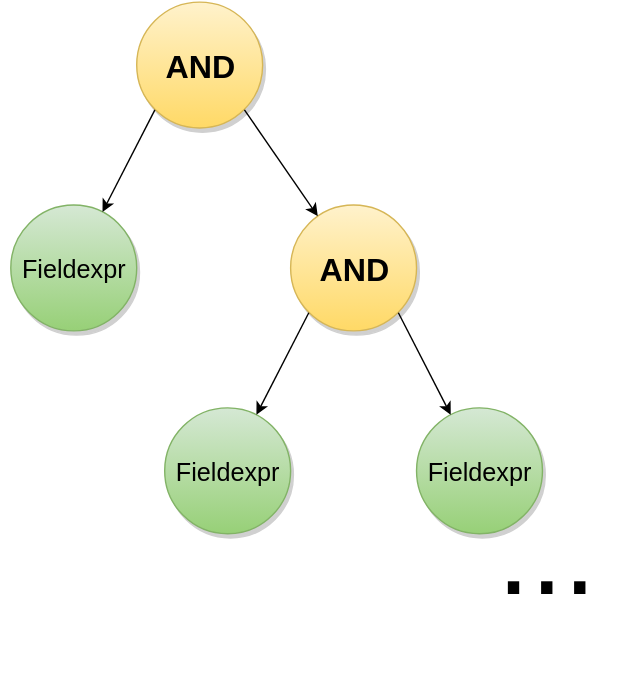
zubchick/python-party-2015 keeps this draw.io diagram as pictures/ast1.svg. Above is the earlier version. Source tidied: cells renumbered, new cells last; positions are measured from the earlier drawing's top-left corner, leaving out a move shared by most shapes.
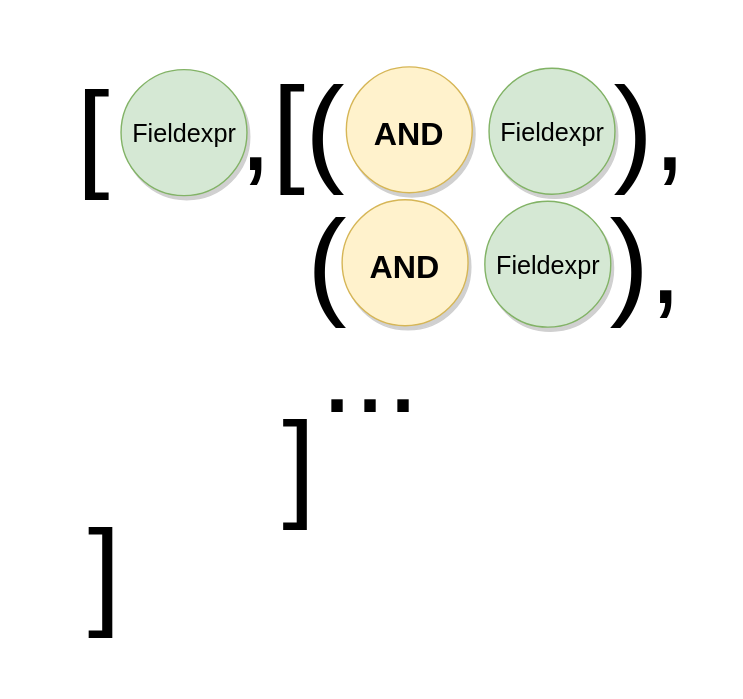
After the commit.

Diff of the diagram source:
```diff
@@ -2,56 +2,68 @@
   <root>
     <mxCell id="0" />
     <mxCell id="1" parent="0" />
-    <mxCell id="2" style="group;" parent="1" vertex="1">
-      <mxGeometry width="454" height="483" as="geometry" />
-    </mxCell>
-    <mxCell id="3" style="group;" parent="2" vertex="1">
-      <mxGeometry width="392" height="380" as="geometry" />
-    </mxCell>
-    <mxCell id="4" style="ellipse;whiteSpace=wrap;html=1;yellow;" parent="3" vertex="1">
-      <mxGeometry x="96" width="90" height="90" as="geometry" />
-    </mxCell>
-    <mxCell id="5" style="ellipse;whiteSpace=wrap;html=1;green;" parent="3" vertex="1">
-      <mxGeometry x="6" y="145" width="90" height="90" as="geometry" />
-    </mxCell>
-    <mxCell id="6" style="rounded=0;html=1;exitX=0;exitY=1;" parent="3" edge="1" source="4" target="5">
-      <mxGeometry relative="1" as="geometry" />
-    </mxCell>
-    <mxCell id="7" style="ellipse;whiteSpace=wrap;html=1;yellow;" parent="3" vertex="1">
-      <mxGeometry x="206" y="145" width="90" height="90" as="geometry" />
-    </mxCell>
-    <mxCell id="8" style="ellipse;whiteSpace=wrap;html=1;green;" parent="3" vertex="1">
-      <mxGeometry x="116" y="290" width="90" height="90" as="geometry" />
-    </mxCell>
-    <mxCell id="9" style="ellipse;whiteSpace=wrap;html=1;green;" parent="3" vertex="1">
-      <mxGeometry x="296" y="290" width="90" height="90" as="geometry" />
-    </mxCell>
-    <mxCell id="10" style="rounded=0;html=1;exitX=0;exitY=1;" parent="3" edge="1" source="7" target="8">
-      <mxGeometry x="181.5" y="222" as="geometry" />
-    </mxCell>
-    <mxCell id="11" style="edgeStyle=none;rounded=0;html=1;exitX=1;exitY=1;" parent="3" edge="1" source="7" target="9">
-      <mxGeometry x="283" y="222" as="geometry" />
-    </mxCell>
-    <mxCell id="12" value="&lt;b&gt;&lt;font style=&quot;font-size: 23px&quot;&gt;AND&lt;/font&gt;&lt;/b&gt;" style="text;html=1;strokeColor=none;fillColor=none;align=center;verticalAlign=middle;whiteSpace=wrap;overflow=hidden;" parent="3" vertex="1">
-      <mxGeometry x="109" y="25" width="65" height="40" as="geometry" />
-    </mxCell>
-    <mxCell id="13" style="edgeStyle=none;rounded=0;html=1;exitX=1;exitY=1;" parent="3" edge="1" source="4" target="7">
-      <mxGeometry relative="1" as="geometry" />
-    </mxCell>
-    <mxCell id="14" value="&lt;font style=&quot;font-size: 18px&quot;&gt;Fieldexpr&lt;/font&gt;" style="text;html=1;strokeColor=none;fillColor=none;align=center;verticalAlign=middle;whiteSpace=wrap;overflow=hidden;" parent="3" vertex="1">
-      <mxGeometry y="173" width="102" height="35" as="geometry" />
-    </mxCell>
-    <mxCell id="15" value="&lt;b&gt;&lt;font style=&quot;font-size: 23px&quot;&gt;AND&lt;/font&gt;&lt;/b&gt;" style="text;html=1;strokeColor=none;fillColor=none;align=center;verticalAlign=middle;whiteSpace=wrap;overflow=hidden;" parent="3" vertex="1">
-      <mxGeometry x="219" y="170" width="65" height="40" as="geometry" />
-    </mxCell>
-    <mxCell id="16" value="&lt;font style=&quot;font-size: 18px&quot;&gt;Fieldexpr&lt;/font&gt;" style="text;html=1;strokeColor=none;fillColor=none;align=center;verticalAlign=middle;whiteSpace=wrap;overflow=hidden;" parent="3" vertex="1">
-      <mxGeometry x="110" y="318" width="102" height="35" as="geometry" />
-    </mxCell>
-    <mxCell id="17" value="&lt;font style=&quot;font-size: 18px&quot;&gt;Fieldexpr&lt;/font&gt;" style="text;html=1;strokeColor=none;fillColor=none;align=center;verticalAlign=middle;whiteSpace=wrap;overflow=hidden;" parent="3" vertex="1">
-      <mxGeometry x="290" y="318" width="102" height="35" as="geometry" />
-    </mxCell>
+    <mxCell id="19" style="group;" parent="1" vertex="1">
+      <mxGeometry x="-226" y="456" width="528" height="496" as="geometry" />
+    </mxCell>
+    <mxCell id="20" value="&lt;font style=&quot;font-size: 85px&quot;&gt;),&lt;/font&gt;" style="text;html=1;strokeColor=none;fillColor=none;align=center;verticalAlign=middle;whiteSpace=wrap;overflow=hidden;" parent="19" vertex="1">
+      <mxGeometry x="398" width="130" height="180" as="geometry" />
+    </mxCell>
+    <mxCell id="21" style="group;" parent="19" vertex="1">
+      <mxGeometry width="525" height="496" as="geometry" />
+    </mxCell>
+    <mxCell id="22" value="&lt;font style=&quot;font-size: 85px&quot;&gt;[&lt;/font&gt;" style="text;html=1;strokeColor=none;fillColor=none;align=center;verticalAlign=middle;whiteSpace=wrap;overflow=hidden;" parent="21" vertex="1">
+      <mxGeometry y="3" width="130" height="180" as="geometry" />
+    </mxCell>
+    <mxCell id="23" value="&lt;font style=&quot;font-size: 85px&quot;&gt;,[(&lt;/font&gt;" style="text;html=1;strokeColor=none;fillColor=none;align=center;verticalAlign=middle;whiteSpace=wrap;overflow=hidden;" parent="21" vertex="1">
+      <mxGeometry x="142" width="130" height="180" as="geometry" />
+    </mxCell>
+    <mxCell id="24" style="group;" parent="21" vertex="1">
+      <mxGeometry x="8" y="46" width="517" height="450" as="geometry" />
+    </mxCell>
-    <mxCell id="18" value="&lt;font style=&quot;font-size: 85px&quot;&gt;...&lt;/font&gt;" style="text;html=1;strokeColor=none;fillColor=none;align=center;verticalAlign=middle;whiteSpace=wrap;overflow=hidden;" parent="2" vertex="1">
-      <mxGeometry x="324" y="303" width="130" height="180" as="geometry" />
+    <mxCell id="18" value="&lt;font style=&quot;font-size: 85px&quot;&gt;...&lt;/font&gt;" style="text;html=1;strokeColor=none;fillColor=none;align=center;verticalAlign=middle;whiteSpace=wrap;overflow=hidden;" parent="24" vertex="1">
+      <mxGeometry x="190" y="127" width="130" height="180" as="geometry" />
     </mxCell>
+    <mxCell id="25" value="&lt;font style=&quot;font-size: 85px&quot;&gt;]&lt;/font&gt;" style="text;html=1;strokeColor=none;fillColor=none;align=center;verticalAlign=middle;whiteSpace=wrap;overflow=hidden;" parent="24" vertex="1">
+      <mxGeometry x="139" y="193" width="130" height="180" as="geometry" />
+    </mxCell>
+    <mxCell id="26" value="&lt;font style=&quot;font-size: 85px&quot;&gt;]&lt;/font&gt;" style="text;html=1;strokeColor=none;fillColor=none;align=center;verticalAlign=middle;whiteSpace=wrap;overflow=hidden;" parent="24" vertex="1">
+      <mxGeometry y="270" width="130" height="180" as="geometry" />
+    </mxCell>
+    <mxCell id="27" value="&lt;font style=&quot;font-size: 85px&quot;&gt;(&lt;/font&gt;" style="text;html=1;strokeColor=none;fillColor=none;align=center;verticalAlign=middle;whiteSpace=wrap;overflow=hidden;" parent="24" vertex="1">
+      <mxGeometry x="159" y="49" width="130" height="180" as="geometry" />
+    </mxCell>
+    <mxCell id="28" value="&lt;font style=&quot;font-size: 85px&quot;&gt;),&lt;/font&gt;" style="text;html=1;strokeColor=none;fillColor=none;align=center;verticalAlign=middle;whiteSpace=wrap;overflow=hidden;" parent="24" vertex="1">
+      <mxGeometry x="387" y="49" width="130" height="180" as="geometry" />
+    </mxCell>
+    <mxCell id="29" style="ellipse;whiteSpace=wrap;html=1;yellow;gradientColor=none;" parent="24" vertex="1">
+      <mxGeometry x="235" y="95" width="90" height="90" as="geometry" />
+    </mxCell>
+    <mxCell id="30" value="&lt;b&gt;&lt;font style=&quot;font-size: 23px&quot;&gt;AND&lt;/font&gt;&lt;/b&gt;" style="text;html=1;strokeColor=none;fillColor=none;align=center;verticalAlign=middle;whiteSpace=wrap;overflow=hidden;" parent="24" vertex="1">
+      <mxGeometry x="247" y="122" width="65" height="40" as="geometry" />
+    </mxCell>
+    <mxCell id="31" style="ellipse;whiteSpace=wrap;html=1;green;gradientColor=none;" parent="24" vertex="1">
+      <mxGeometry x="337" y="96" width="90" height="90" as="geometry" />
+    </mxCell>
+    <mxCell id="32" value="&lt;font style=&quot;font-size: 18px&quot;&gt;Fieldexpr&lt;/font&gt;" style="text;html=1;strokeColor=none;fillColor=none;align=center;verticalAlign=middle;whiteSpace=wrap;overflow=hidden;" parent="24" vertex="1">
+      <mxGeometry x="331" y="124" width="102" height="35" as="geometry" />
+    </mxCell>
+    <mxCell id="33" style="ellipse;whiteSpace=wrap;html=1;green;gradientColor=none;" parent="24" vertex="1">
+      <mxGeometry x="340" y="1" width="90" height="90" as="geometry" />
+    </mxCell>
+    <mxCell id="34" value="&lt;font style=&quot;font-size: 18px&quot;&gt;Fieldexpr&lt;/font&gt;" style="text;html=1;strokeColor=none;fillColor=none;align=center;verticalAlign=middle;whiteSpace=wrap;overflow=hidden;" parent="24" vertex="1">
+      <mxGeometry x="334" y="29" width="102" height="35" as="geometry" />
+    </mxCell>
+    <mxCell id="35" style="ellipse;whiteSpace=wrap;html=1;yellow;gradientColor=none;" parent="24" vertex="1">
+      <mxGeometry x="238" width="90" height="90" as="geometry" />
+    </mxCell>
+    <mxCell id="36" value="&lt;b&gt;&lt;font style=&quot;font-size: 23px&quot;&gt;AND&lt;/font&gt;&lt;/b&gt;" style="text;html=1;strokeColor=none;fillColor=none;align=center;verticalAlign=middle;whiteSpace=wrap;overflow=hidden;" parent="24" vertex="1">
+      <mxGeometry x="250" y="27" width="65" height="40" as="geometry" />
+    </mxCell>
+    <mxCell id="37" style="ellipse;whiteSpace=wrap;html=1;green;gradientColor=none;" parent="24" vertex="1">
+      <mxGeometry x="77" y="2" width="90" height="90" as="geometry" />
+    </mxCell>
+    <mxCell id="38" value="&lt;font style=&quot;font-size: 18px&quot;&gt;Fieldexpr&lt;/font&gt;" style="text;html=1;strokeColor=none;fillColor=none;align=center;verticalAlign=middle;whiteSpace=wrap;overflow=hidden;" parent="24" vertex="1">
+      <mxGeometry x="71" y="30" width="102" height="35" as="geometry" />
+    </mxCell>
   </root>
 </mxGraphModel>
```
